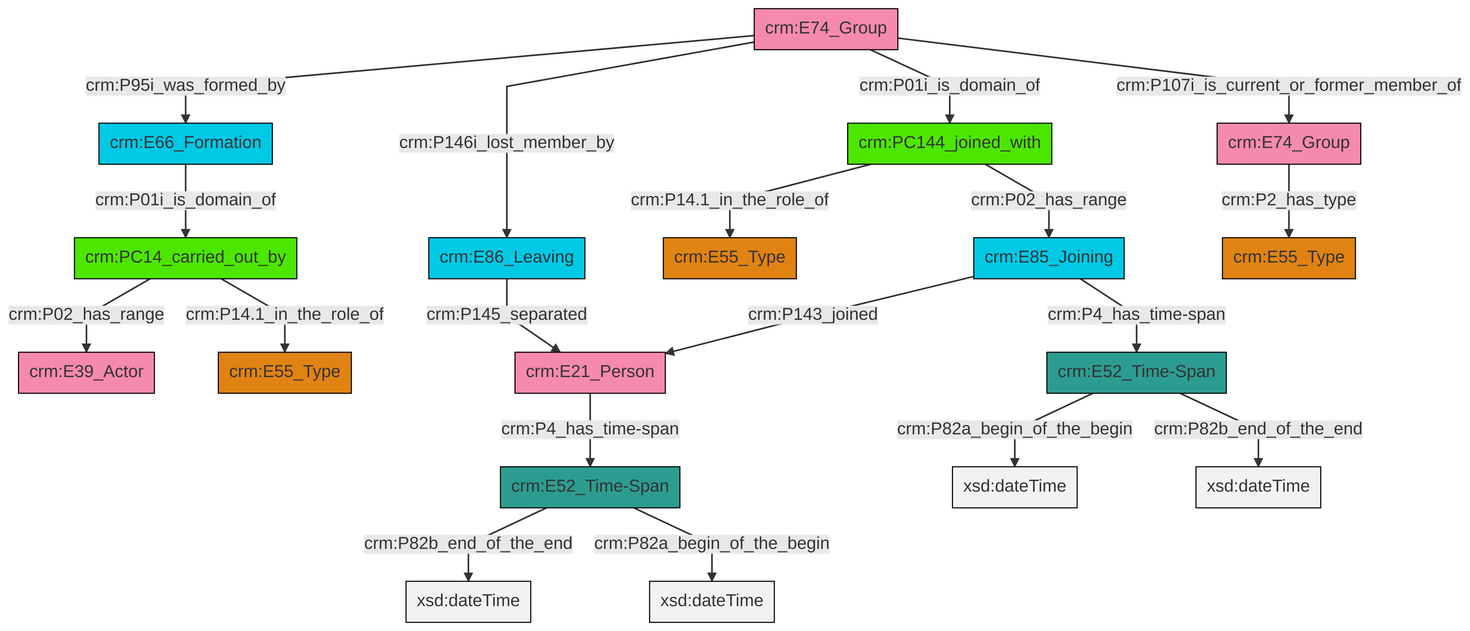
swiss-art-research-net/reference-data-models keeps this Mermaid diagram as et/groupCSV/ttl/mmd/png/group_actor_relations.png. Above is the earlier version. Its source is kept beside it as et/groupCSV/ttl/mmd/group_actor_relations.ttl.mmd.
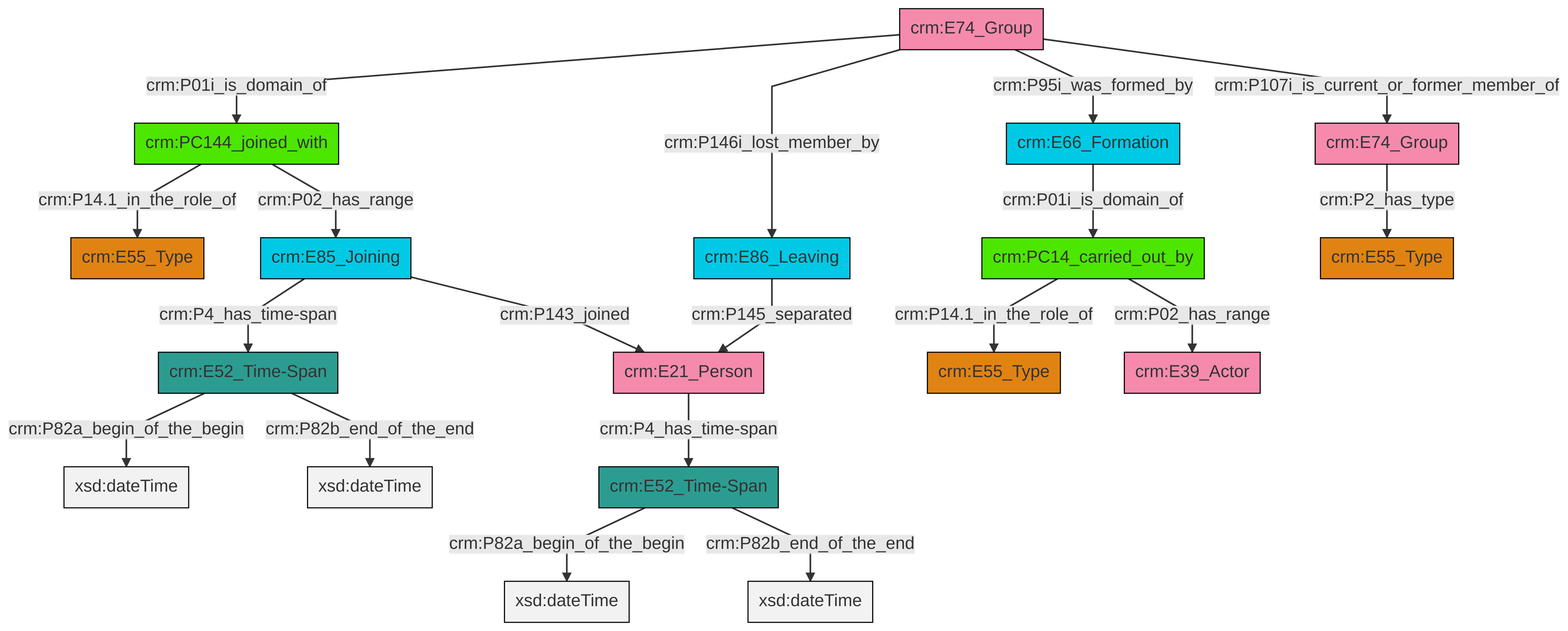
The same file after the commit.

Change to the diagram source:
```diff
@@ -13,21 +13,21 @@
 classDef PC_Classes fill:#4ce600, stroke:#000000;
 classDef Multi fill:#cccccc,stroke:#000000;
 
-0["crm:E52_Time-Span"]:::Time-Span -->|crm:P82b_end_of_the_end| 1[xsd:dateTime]:::Literal
-2["crm:PC144_joined_with"]:::PC_Classes -->|crm:P02_has_range| 3["crm:E85_Joining"]:::Temporal_Entity
-4["crm:PC14_carried_out_by"]:::PC_Classes -->|crm:P02_has_range| 6["crm:E39_Actor"]:::Actor
-16["crm:E74_Group"]:::Actor -->|crm:P01i_is_domain_of| 2["crm:PC144_joined_with"]:::PC_Classes
-17["crm:E86_Leaving"]:::Temporal_Entity -->|crm:P145_separated| 18["crm:E21_Person"]:::Actor
-19["crm:E66_Formation"]:::Temporal_Entity -->|crm:P01i_is_domain_of| 4["crm:PC14_carried_out_by"]:::PC_Classes
-20["crm:E52_Time-Span"]:::Time-Span -->|crm:P82a_begin_of_the_begin| 21[xsd:dateTime]:::Literal
-3["crm:E85_Joining"]:::Temporal_Entity -->|crm:P4_has_time-span| 20["crm:E52_Time-Span"]:::Time-Span
-2["crm:PC144_joined_with"]:::PC_Classes -->|crm:P14.1_in_the_role_of| 8["crm:E55_Type"]:::Type
-3["crm:E85_Joining"]:::Temporal_Entity -->|crm:P143_joined| 18["crm:E21_Person"]:::Actor
-18["crm:E21_Person"]:::Actor -->|crm:P4_has_time-span| 0["crm:E52_Time-Span"]:::Time-Span
-16["crm:E74_Group"]:::Actor -->|crm:P146i_lost_member_by| 17["crm:E86_Leaving"]:::Temporal_Entity
-0["crm:E52_Time-Span"]:::Time-Span -->|crm:P82a_begin_of_the_begin| 29[xsd:dateTime]:::Literal
-4["crm:PC14_carried_out_by"]:::PC_Classes -->|crm:P14.1_in_the_role_of| 14["crm:E55_Type"]:::Type
-16["crm:E74_Group"]:::Actor -->|crm:P107i_is_current_or_former_member_of| 12["crm:E74_Group"]:::Actor
-20["crm:E52_Time-Span"]:::Time-Span -->|crm:P82b_end_of_the_end| 32[xsd:dateTime]:::Literal
-12["crm:E74_Group"]:::Actor -->|crm:P2_has_type| 23["crm:E55_Type"]:::Type
-16["crm:E74_Group"]:::Actor -->|crm:P95i_was_formed_by| 19["crm:E66_Formation"]:::Temporal_Entity
+0["crm:E86_Leaving"]:::Temporal_Entity -->|crm:P145_separated| 1["crm:E21_Person"]:::Actor
+4["crm:E85_Joining"]:::Temporal_Entity -->|crm:P4_has_time-span| 2["crm:E52_Time-Span"]:::Time-Span
+7["crm:PC14_carried_out_by"]:::PC_Classes -->|crm:P14.1_in_the_role_of| 5["crm:E55_Type"]:::Type
+15["crm:E52_Time-Span"]:::Time-Span -->|crm:P82a_begin_of_the_begin| 16[xsd:dateTime]:::Literal
+1["crm:E21_Person"]:::Actor -->|crm:P4_has_time-span| 15["crm:E52_Time-Span"]:::Time-Span
+20["crm:E66_Formation"]:::Temporal_Entity -->|crm:P01i_is_domain_of| 7["crm:PC14_carried_out_by"]:::PC_Classes
+21["crm:E74_Group"]:::Actor -->|crm:P01i_is_domain_of| 22["crm:PC144_joined_with"]:::PC_Classes
+21["crm:E74_Group"]:::Actor -->|crm:P146i_lost_member_by| 0["crm:E86_Leaving"]:::Temporal_Entity
+21["crm:E74_Group"]:::Actor -->|crm:P95i_was_formed_by| 20["crm:E66_Formation"]:::Temporal_Entity
+21["crm:E74_Group"]:::Actor -->|crm:P107i_is_current_or_former_member_of| 18["crm:E74_Group"]:::Actor
+2["crm:E52_Time-Span"]:::Time-Span -->|crm:P82a_begin_of_the_begin| 27[xsd:dateTime]:::Literal
+4["crm:E85_Joining"]:::Temporal_Entity -->|crm:P143_joined| 1["crm:E21_Person"]:::Actor
+22["crm:PC144_joined_with"]:::PC_Classes -->|crm:P14.1_in_the_role_of| 12["crm:E55_Type"]:::Type
+7["crm:PC14_carried_out_by"]:::PC_Classes -->|crm:P02_has_range| 8["crm:E39_Actor"]:::Actor
+15["crm:E52_Time-Span"]:::Time-Span -->|crm:P82b_end_of_the_end| 30[xsd:dateTime]:::Literal
+2["crm:E52_Time-Span"]:::Time-Span -->|crm:P82b_end_of_the_end| 33[xsd:dateTime]:::Literal
+22["crm:PC144_joined_with"]:::PC_Classes -->|crm:P02_has_range| 4["crm:E85_Joining"]:::Temporal_Entity
+18["crm:E74_Group"]:::Actor -->|crm:P2_has_type| 10["crm:E55_Type"]:::Type
```
